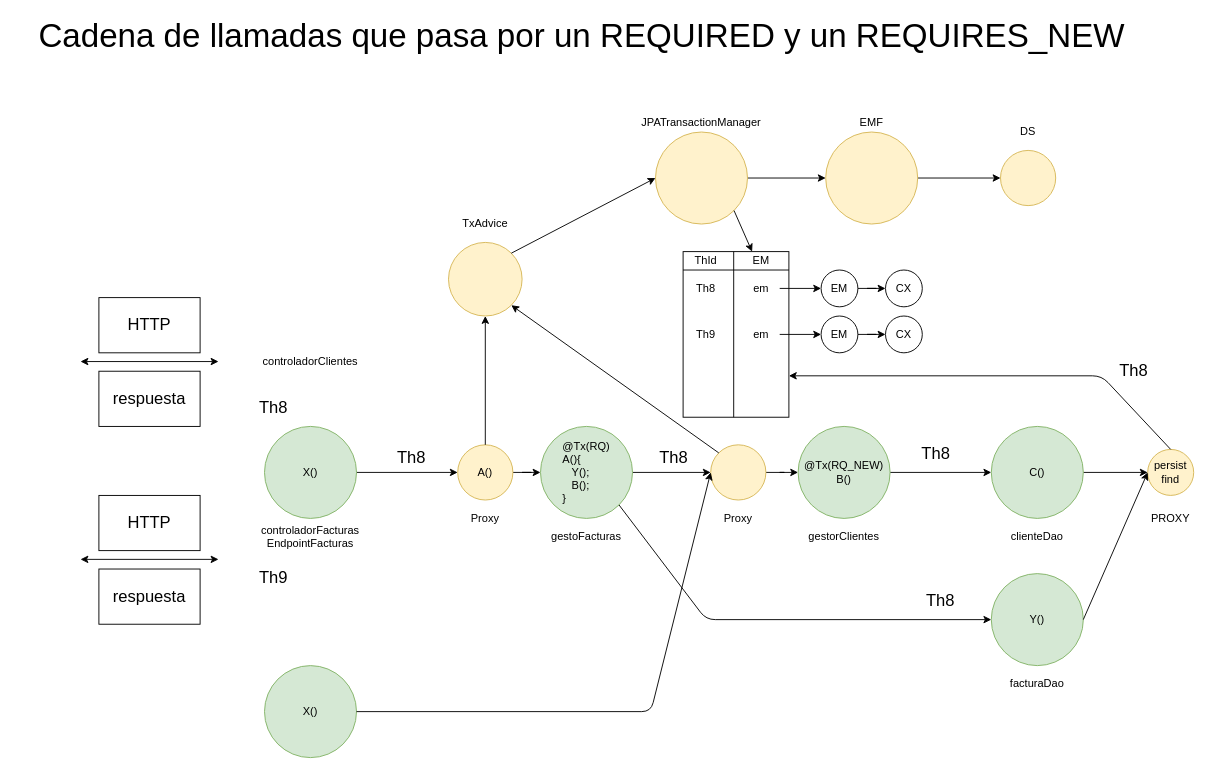
Before: page "Página-26" (25 of 34) of ws_spring_2022.drawio in lrag/spring_2022, a draw.io diagram. Source tidied: cells renumbered, new cells numbered last; positions are measured from the earlier drawing's top-left corner, leaving out a move shared by most shapes. Both pictures are drawn from the tidied source at 92%, with x=0, y=0 at pixel (16, 21).
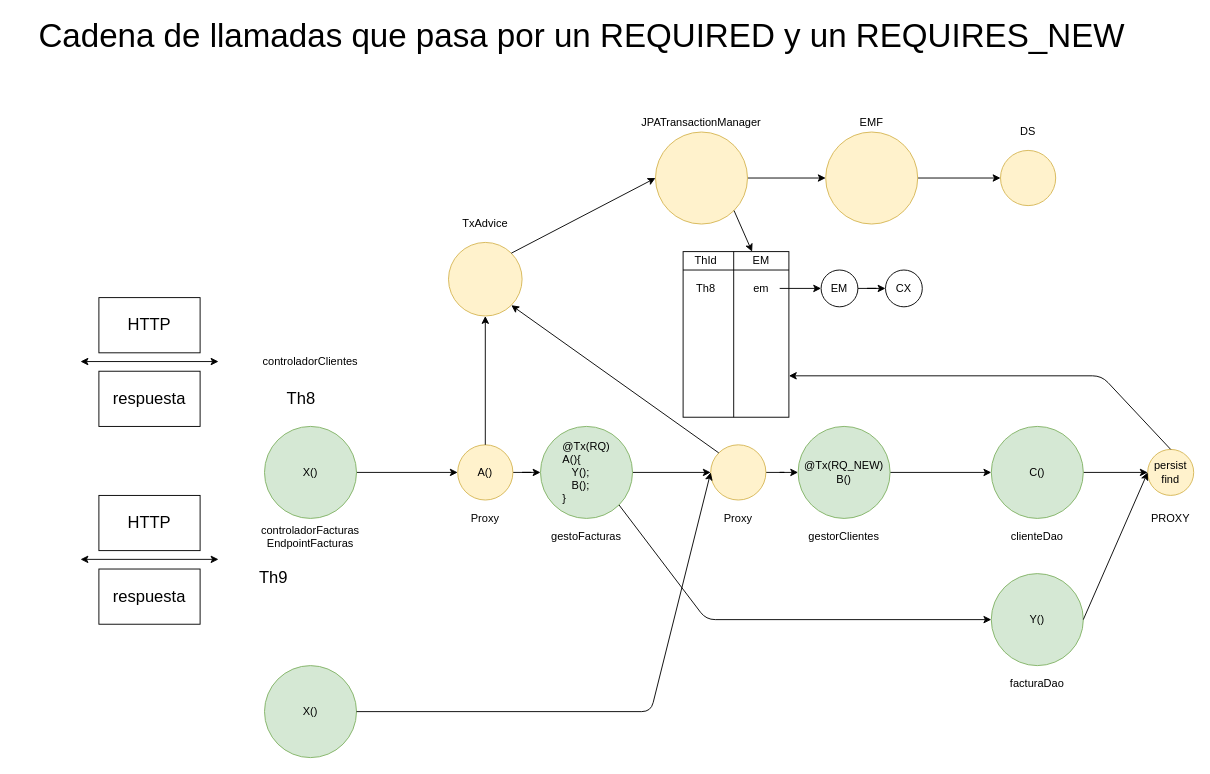
Above is the later version.

Diff of the diagram source:
```diff
@@
-    <mxCell id="26" value="&lt;font style=&quot;font-size: 18px&quot;&gt;Th8&lt;/font&gt;" style="text;html=1;strokeColor=none;fillColor=none;align=center;verticalAlign=middle;whiteSpace=wrap;rounded=0;" parent="1" vertex="1">
-      <mxGeometry x="260" y="410" width="40" height="20" as="geometry" />
-    </mxCell>
-    <mxCell id="27" value="&lt;font style=&quot;font-size: 18px&quot;&gt;Th8&lt;/font&gt;" style="text;html=1;strokeColor=none;fillColor=none;align=center;verticalAlign=middle;whiteSpace=wrap;rounded=0;" parent="1" vertex="1">
-      <mxGeometry x="410" y="464" width="40" height="20" as="geometry" />
-    </mxCell>
@@
-    <mxCell id="54" value="&lt;font style=&quot;font-size: 18px&quot;&gt;Th8&lt;/font&gt;" style="text;html=1;strokeColor=none;fillColor=none;align=center;verticalAlign=middle;whiteSpace=wrap;rounded=0;" parent="1" vertex="1">
-      <mxGeometry x="695" y="464" width="40" height="20" as="geometry" />
-    </mxCell>
-    <mxCell id="55" value="&lt;font style=&quot;font-size: 18px&quot;&gt;Th8&lt;/font&gt;" style="text;html=1;strokeColor=none;fillColor=none;align=center;verticalAlign=middle;whiteSpace=wrap;rounded=0;" parent="1" vertex="1">
-      <mxGeometry x="980" y="460" width="40" height="20" as="geometry" />
-    </mxCell>
@@
-    <mxCell id="61" value="&lt;font style=&quot;font-size: 18px&quot;&gt;Th8&lt;/font&gt;" style="text;html=1;strokeColor=none;fillColor=none;align=center;verticalAlign=middle;whiteSpace=wrap;rounded=0;" parent="1" vertex="1">
-      <mxGeometry x="985" y="620" width="40" height="20" as="geometry" />
-    </mxCell>
-    <mxCell id="62" value="&lt;font style=&quot;font-size: 18px&quot;&gt;Th8&lt;/font&gt;" style="text;html=1;strokeColor=none;fillColor=none;align=center;verticalAlign=middle;whiteSpace=wrap;rounded=0;" parent="1" vertex="1">
-      <mxGeometry x="1195" y="370" width="40" height="20" as="geometry" />
-    </mxCell>
-    <mxCell id="63" style="edgeStyle=orthogonalEdgeStyle;rounded=0;jettySize=auto;html=1;entryX=0;entryY=0.5;entryDx=0;entryDy=0;" parent="1" edge="1" source="64" target="65">
-      <mxGeometry relative="1" as="geometry" />
-    </mxCell>
-    <mxCell id="64" value="EM" style="ellipse;whiteSpace=wrap;html=1;fillColor=none;" parent="1" vertex="1">
-      <mxGeometry x="875" y="320" width="40" height="40" as="geometry" />
-    </mxCell>
-    <mxCell id="65" value="CX" style="ellipse;whiteSpace=wrap;html=1;fillColor=none;" parent="1" vertex="1">
-      <mxGeometry x="945" y="320" width="40" height="40" as="geometry" />
-    </mxCell>
-    <mxCell id="66" value="em" style="text;html=1;strokeColor=none;fillColor=none;align=center;verticalAlign=middle;whiteSpace=wrap;rounded=0;" parent="1" vertex="1">
-      <mxGeometry x="790" y="330" width="40" height="20" as="geometry" />
-    </mxCell>
-    <mxCell id="67" style="endArrow=classic;html=1;exitX=1;exitY=0.5;exitDx=0;exitDy=0;" parent="1" edge="1" source="66" target="64">
-      <mxGeometry relative="1" as="geometry" />
-    </mxCell>
@@
-    <mxCell id="71" value="Th9" style="text;html=1;strokeColor=none;fillColor=none;align=center;verticalAlign=middle;whiteSpace=wrap;rounded=0;" parent="1" vertex="1">
-      <mxGeometry x="730" y="330" width="40" height="20" as="geometry" />
-    </mxCell>
@@
+    <mxCell id="26" value="&lt;font style=&quot;font-size: 18px&quot;&gt;Th8&lt;/font&gt;" style="text;html=1;strokeColor=none;fillColor=none;align=center;verticalAlign=middle;whiteSpace=wrap;rounded=0;" parent="1" vertex="1">
+      <mxGeometry x="290" y="400" width="40" height="20" as="geometry" />
+    </mxCell>
```
